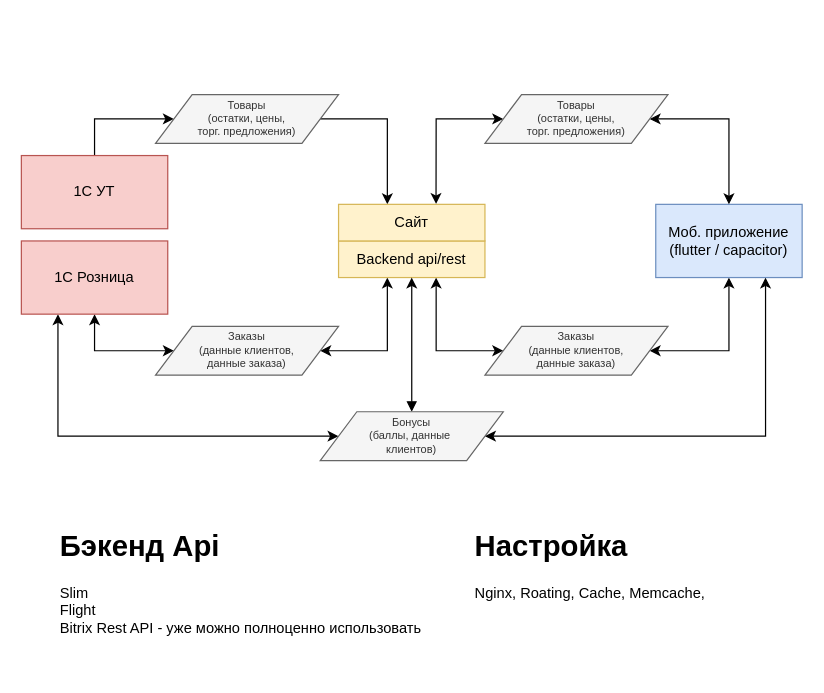
prgrant/draw.io keeps this draw.io diagram as Untitled Diagram.drawio. Above is the earlier version. Source tidied: cells renumbered, new cells numbered last; positions are measured from the earlier drawing's top-left corner, leaving out a move shared by most shapes. Both pictures are drawn from the tidied source at 122%, with x=0, y=0 at pixel (21, 94).
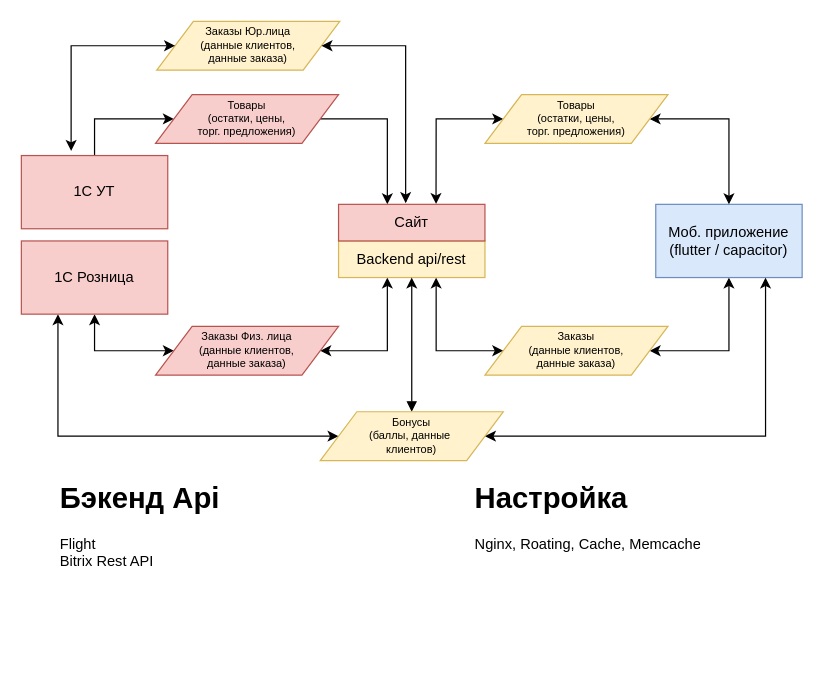
Above is the later version.

Unchanged cells that the change refers to:
```xml
<mxCell id="5" value="1C УТ" style="rounded=0;whiteSpace=wrap;html=1;fillColor=#f8cecc;strokeColor=#b85450;" parent="1" vertex="1">
  <mxGeometry y="50" width="120" height="60" as="geometry" />
</mxCell>
```

The edit, as a diff of the source:
```diff
@@
-    <mxCell id="13" value="&lt;span&gt;Товары &lt;br&gt;(остатки, цены, &lt;br&gt;торг. предложения)&lt;/span&gt;" style="shape=parallelogram;perimeter=parallelogramPerimeter;whiteSpace=wrap;html=1;fontSize=9;fillColor=#f5f5f5;strokeColor=#666666;fontColor=#333333;" parent="1" vertex="1">
+    <mxCell id="13" value="&lt;span&gt;Товары &lt;br&gt;(остатки, цены, &lt;br&gt;торг. предложения)&lt;/span&gt;" style="shape=parallelogram;perimeter=parallelogramPerimeter;whiteSpace=wrap;html=1;fontSize=9;fillColor=#f8cecc;strokeColor=#b85450;" parent="1" vertex="1">
       <mxGeometry x="110" width="150" height="40" as="geometry" />
     </mxCell>
-    <mxCell id="14" value="&lt;span&gt;Заказы &lt;br&gt;(данные клиентов, &lt;br&gt;данные заказа)&lt;/span&gt;" style="shape=parallelogram;perimeter=parallelogramPerimeter;whiteSpace=wrap;html=1;fontSize=9;fillColor=#f5f5f5;strokeColor=#666666;fontColor=#333333;" parent="1" vertex="1">
+    <mxCell id="14" value="&lt;span&gt;Заказы Физ. лица&lt;br&gt;(данные клиентов, &lt;br&gt;данные заказа)&lt;/span&gt;" style="shape=parallelogram;perimeter=parallelogramPerimeter;whiteSpace=wrap;html=1;fontSize=9;fillColor=#f8cecc;strokeColor=#b85450;" parent="1" vertex="1">
       <mxGeometry x="110" y="190" width="150" height="40" as="geometry" />
     </mxCell>
@@
-    <mxCell id="16" value="&lt;span&gt;Товары &lt;br&gt;(остатки, цены, &lt;br&gt;торг. предложения)&lt;/span&gt;" style="shape=parallelogram;perimeter=parallelogramPerimeter;whiteSpace=wrap;html=1;fontSize=9;fillColor=#f5f5f5;strokeColor=#666666;fontColor=#333333;" parent="1" vertex="1">
+    <mxCell id="16" value="&lt;span&gt;Товары &lt;br&gt;(остатки, цены, &lt;br&gt;торг. предложения)&lt;/span&gt;" style="shape=parallelogram;perimeter=parallelogramPerimeter;whiteSpace=wrap;html=1;fontSize=9;fillColor=#fff2cc;strokeColor=#d6b656;" parent="1" vertex="1">
       <mxGeometry x="380" width="150" height="40" as="geometry" />
     </mxCell>
-    <mxCell id="17" value="&lt;span&gt;Заказы &lt;br&gt;(данные клиентов, &lt;br&gt;данные заказа)&lt;/span&gt;" style="shape=parallelogram;perimeter=parallelogramPerimeter;whiteSpace=wrap;html=1;fontSize=9;fillColor=#f5f5f5;strokeColor=#666666;fontColor=#333333;" parent="1" vertex="1">
+    <mxCell id="17" value="&lt;span&gt;Заказы &lt;br&gt;(данные клиентов, &lt;br&gt;данные заказа)&lt;/span&gt;" style="shape=parallelogram;perimeter=parallelogramPerimeter;whiteSpace=wrap;html=1;fontSize=9;fillColor=#fff2cc;strokeColor=#d6b656;" parent="1" vertex="1">
       <mxGeometry x="380" y="190" width="150" height="40" as="geometry" />
     </mxCell>
@@
-    <mxCell id="20" value="&lt;span&gt;Бонусы&lt;br&gt;(баллы, данные&amp;nbsp;&lt;br&gt;клиентов)&lt;/span&gt;" style="shape=parallelogram;perimeter=parallelogramPerimeter;whiteSpace=wrap;html=1;fontSize=9;fillColor=#f5f5f5;strokeColor=#666666;fontColor=#333333;" parent="1" vertex="1">
+    <mxCell id="20" value="&lt;span&gt;Бонусы&lt;br&gt;(баллы, данные&amp;nbsp;&lt;br&gt;клиентов)&lt;/span&gt;" style="shape=parallelogram;perimeter=parallelogramPerimeter;whiteSpace=wrap;html=1;fontSize=9;fillColor=#fff2cc;strokeColor=#d6b656;" parent="1" vertex="1">
       <mxGeometry x="245" y="260" width="150" height="40" as="geometry" />
     </mxCell>
-    <mxCell id="21" value="&lt;h1 style=&quot;margin-top: 0px;&quot;&gt;Бэкенд Api&lt;/h1&gt;&lt;p&gt;Slim&lt;br&gt;&lt;span style=&quot;background-color: transparent; color: light-dark(rgb(0, 0, 0), rgb(255, 255, 255)); font-family: inherit; font-size: inherit; font-style: inherit; font-variant-ligatures: inherit; font-variant-caps: inherit; font-weight: inherit;&quot;&gt;Flight&lt;br&gt;&lt;/span&gt;&lt;span style=&quot;background-color: transparent; color: light-dark(rgb(0, 0, 0), rgb(255, 255, 255));&quot;&gt;Bitrix Rest API - уже можно полноценно использовать&lt;/span&gt;&lt;/p&gt;" style="text;html=1;whiteSpace=wrap;overflow=hidden;rounded=0;" parent="1" vertex="1">
-      <mxGeometry x="30" y="350" width="310" height="120" as="geometry" />
+    <mxCell id="21" value="&lt;h1 style=&quot;margin-top: 0px;&quot;&gt;Бэкенд Api&lt;/h1&gt;&lt;p&gt;&lt;span style=&quot;background-color: transparent; color: light-dark(rgb(0, 0, 0), rgb(255, 255, 255)); font-family: inherit; font-size: inherit; font-style: inherit; font-variant-ligatures: inherit; font-variant-caps: inherit; font-weight: inherit;&quot;&gt;Flight&lt;br&gt;&lt;/span&gt;&lt;span style=&quot;background-color: transparent; color: light-dark(rgb(0, 0, 0), rgb(255, 255, 255));&quot;&gt;Bitrix Rest API&lt;/span&gt;&lt;/p&gt;" style="text;html=1;whiteSpace=wrap;overflow=hidden;rounded=0;" parent="1" vertex="1">
+      <mxGeometry x="30" y="310" width="310" height="120" as="geometry" />
     </mxCell>
-    <mxCell id="22" value="&lt;h1 style=&quot;margin-top: 0px;&quot;&gt;Настройка&lt;/h1&gt;&lt;p&gt;Nginx,&amp;nbsp;&lt;span style=&quot;background-color: transparent; color: light-dark(rgb(0, 0, 0), rgb(255, 255, 255));&quot;&gt;Roating,&amp;nbsp;&lt;/span&gt;&lt;span style=&quot;background-color: transparent; color: light-dark(rgb(0, 0, 0), rgb(255, 255, 255));&quot;&gt;Cache, Memcache,&lt;/span&gt;&lt;/p&gt;" style="text;html=1;whiteSpace=wrap;overflow=hidden;rounded=0;" parent="1" vertex="1">
-      <mxGeometry x="370" y="350" width="270" height="120" as="geometry" />
+    <mxCell id="22" value="&lt;h1 style=&quot;margin-top: 0px;&quot;&gt;Настройка&lt;/h1&gt;&lt;p&gt;Nginx,&amp;nbsp;&lt;span style=&quot;background-color: transparent; color: light-dark(rgb(0, 0, 0), rgb(255, 255, 255));&quot;&gt;Roating,&amp;nbsp;&lt;/span&gt;&lt;span style=&quot;background-color: transparent; color: light-dark(rgb(0, 0, 0), rgb(255, 255, 255));&quot;&gt;Cache, Memcache&lt;/span&gt;&lt;/p&gt;" style="text;html=1;whiteSpace=wrap;overflow=hidden;rounded=0;" parent="1" vertex="1">
+      <mxGeometry x="370" y="310" width="270" height="120" as="geometry" />
     </mxCell>
-    <mxCell id="23" value="Сайт" style="rounded=0;whiteSpace=wrap;html=1;fillColor=#fff2cc;strokeColor=#d6b656;" parent="1" vertex="1">
+    <mxCell id="23" value="Сайт" style="rounded=0;whiteSpace=wrap;html=1;fillColor=#f8cecc;strokeColor=#b85450;" parent="1" vertex="1">
       <mxGeometry x="260" y="90" width="120" height="30" as="geometry" />
     </mxCell>
@@
+    <mxCell id="25" value="&lt;span&gt;Заказы Юр.лица&lt;br&gt;(данные клиентов, &lt;br&gt;данные заказа)&lt;/span&gt;" style="shape=parallelogram;perimeter=parallelogramPerimeter;whiteSpace=wrap;html=1;fontSize=9;fillColor=#fff2cc;strokeColor=#d6b656;" parent="1" vertex="1">
+      <mxGeometry x="111" y="-60" width="150" height="40" as="geometry" />
+    </mxCell>
+    <mxCell id="26" style="edgeStyle=orthogonalEdgeStyle;rounded=0;jettySize=auto;html=1;fontSize=9;entryX=1;entryY=0.5;entryDx=0;entryDy=0;startArrow=classic;startFill=1;" parent="1" edge="1" target="25">
+      <mxGeometry relative="1" as="geometry">
+        <mxPoint x="315" y="89" as="sourcePoint" />
+        <Array as="points">
+          <mxPoint x="315" y="88" />
+          <mxPoint x="315" y="88" />
+          <mxPoint x="315" y="-40" />
+        </Array>
+      </mxGeometry>
+    </mxCell>
+    <mxCell id="27" style="edgeStyle=orthogonalEdgeStyle;rounded=0;jettySize=auto;html=1;fontSize=9;entryX=0;entryY=0.5;entryDx=0;entryDy=0;startArrow=classic;startFill=1;exitX=0.34;exitY=-0.063;exitDx=0;exitDy=0;exitPerimeter=0;" parent="1" edge="1" source="5" target="25">
+      <mxGeometry relative="1" as="geometry">
+        <Array as="points">
+          <mxPoint x="41" y="-40" />
+        </Array>
+      </mxGeometry>
+    </mxCell>
```
